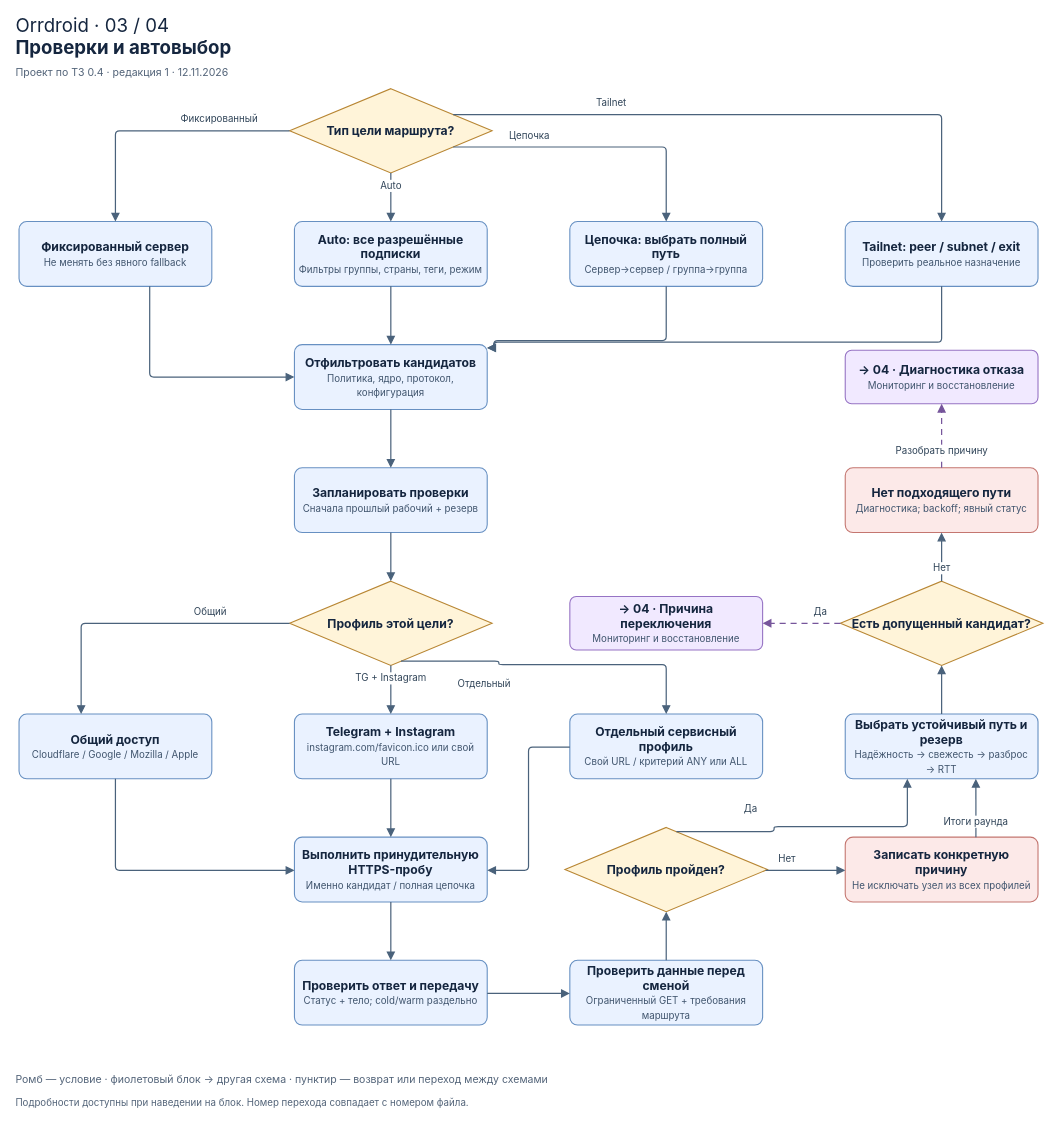
Earlier version of the draw.io diagram docs/orrdroid/diagrams/drawio/Orrdroid-03-probes-selection.drawio (orrtyom/orrdroid). Source tidied: cells renumbered, new cells numbered last; positions are measured from the earlier drawing's top-left corner, leaving out a move shared by most shapes. Both pictures are drawn from the tidied source at 81%, with x=0, y=0 at pixel (14, 14).
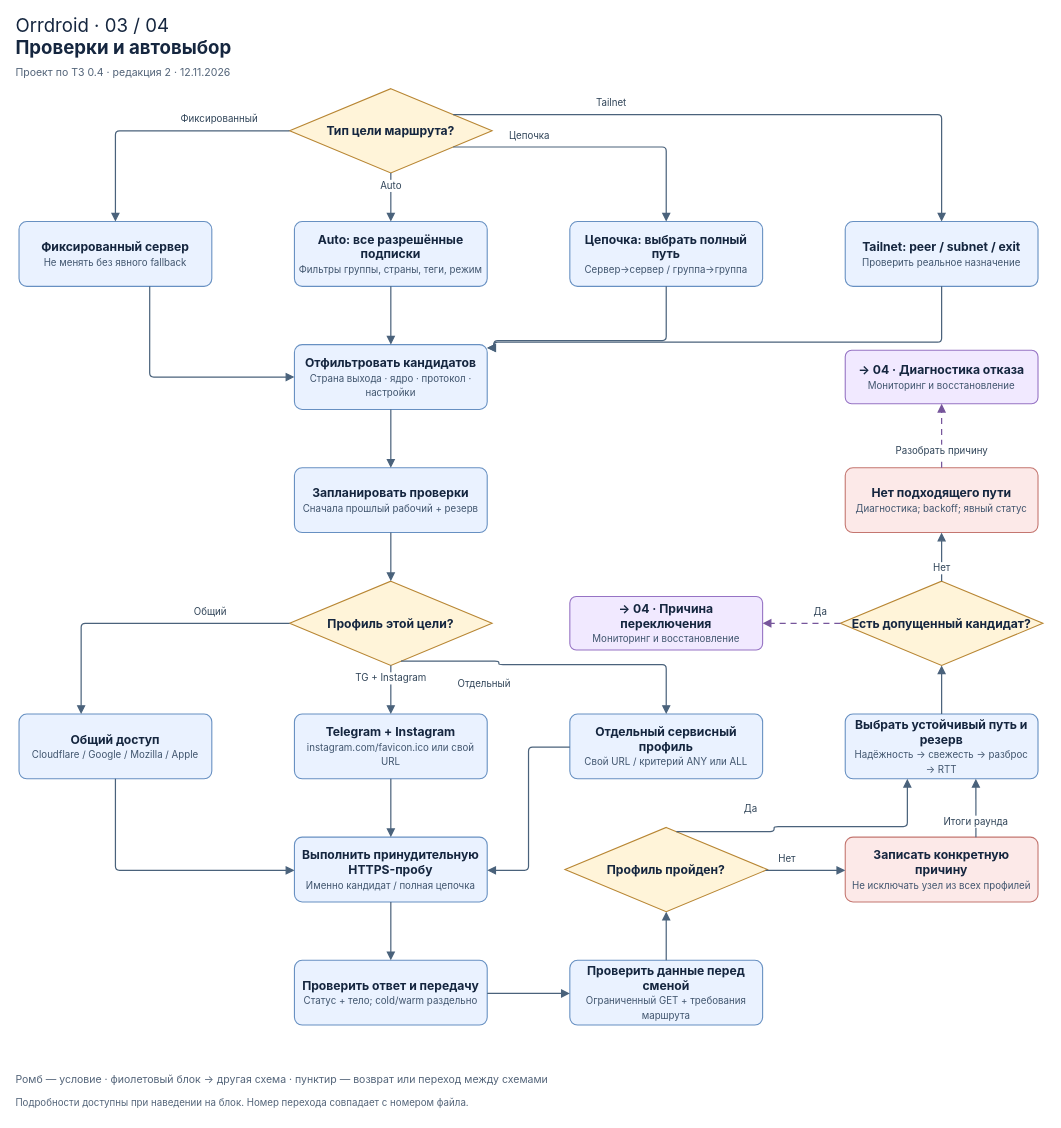
After the change.

The edit, as a diff of the source:
```diff
@@
-    <mxCell id="3" value="Проект по ТЗ 0.4 · редакция 1 · 12.11.2026" style="text;html=1;align=left;verticalAlign=middle;whiteSpace=wrap;fontFamily=Inter;fontColor=#15263F;fontSize=13;fontColor=#536479;" parent="1" vertex="1">
+    <mxCell id="3" value="Проект по ТЗ 0.4 · редакция 2 · 12.11.2026" style="text;html=1;align=left;verticalAlign=middle;whiteSpace=wrap;fontFamily=Inter;fontColor=#15263F;fontSize=13;fontColor=#536479;" parent="1" vertex="1">
       <mxGeometry y="62" width="1276" height="20" as="geometry" />
     </mxCell>
@@
-    <mxCell id="9" value="&lt;b&gt;Отфильтровать кандидатов&lt;/b&gt;&lt;br&gt;&lt;span style=&quot;font-size:12px;color:#40556E&quot;&gt;Политика, ядро, протокол, конфигурация&lt;/span&gt;" style="rounded=1;arcSize=12;html=1;whiteSpace=wrap;align=center;verticalAlign=middle;spacing=6;fontFamily=Inter;fontSize=15;fontColor=#15263F;strokeWidth=1.35;fillColor=#EAF2FF;strokeColor=#6790C2;" parent="1" vertex="1">
+    <mxCell id="9" value="&lt;b&gt;Отфильтровать кандидатов&lt;/b&gt;&lt;br&gt;&lt;span style=&quot;font-size:12px;color:#40556E&quot;&gt;Страна выхода · ядро · протокол · настройки&lt;/span&gt;" style="rounded=1;arcSize=12;html=1;whiteSpace=wrap;align=center;verticalAlign=middle;spacing=6;fontFamily=Inter;fontSize=15;fontColor=#15263F;strokeWidth=1.35;fillColor=#EAF2FF;strokeColor=#6790C2;" parent="1" vertex="1">
       <mxGeometry x="346" y="408" width="238" height="80" as="geometry" />
     </mxCell>
```
